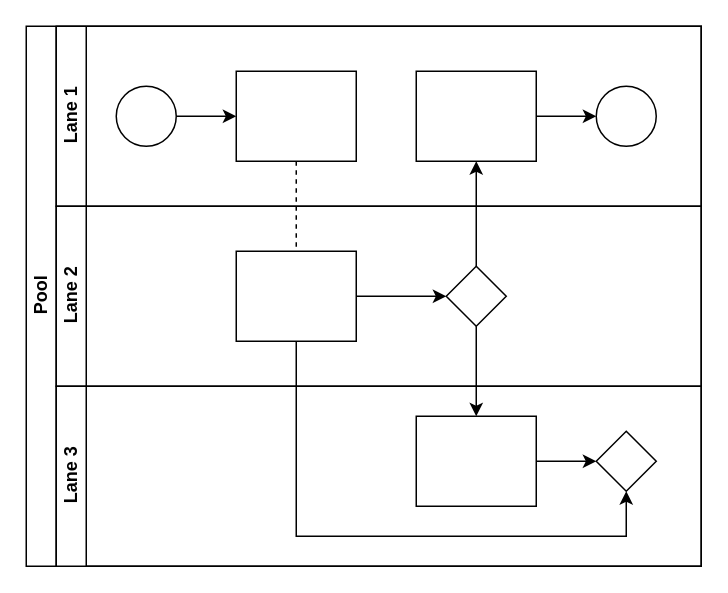
Before: swimlane 26 May.drawio in lpenhallowHome/rsa2019, a draw.io diagram. Source tidied: cells renumbered, new cells numbered last; positions are measured from the earlier drawing's top-left corner, leaving out a move shared by most shapes. Both pictures are drawn from the tidied source at 150%, with x=0, y=0 at pixel (26, 26).
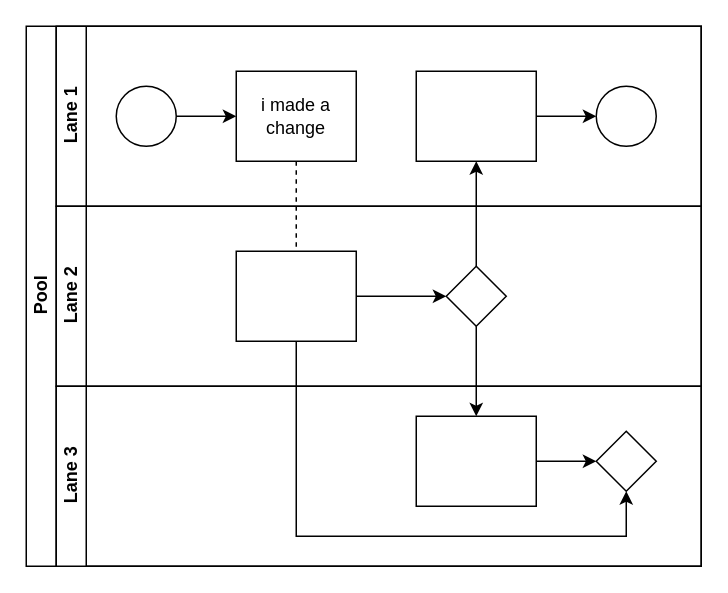
The same page after the edit.

The change refers to these unchanged cells:
```xml
<mxCell id="7" value="Lane 1" style="swimlane;html=1;startSize=20;horizontal=0;" parent="2" vertex="1">
  <mxGeometry x="20" width="430" height="120" as="geometry" />
</mxCell>
```

What changed in the source:
```diff
@@
-    <mxCell id="10" style="rounded=0;whiteSpace=wrap;html=1;fontFamily=Helvetica;fontSize=12;fontColor=#000000;align=center;" parent="7" vertex="1">
+    <mxCell id="10" value="i made a change" style="rounded=0;whiteSpace=wrap;html=1;fontFamily=Helvetica;fontSize=12;fontColor=#000000;align=center;" parent="7" vertex="1">
       <mxGeometry x="120" y="30" width="80" height="60" as="geometry" />
     </mxCell>
```
